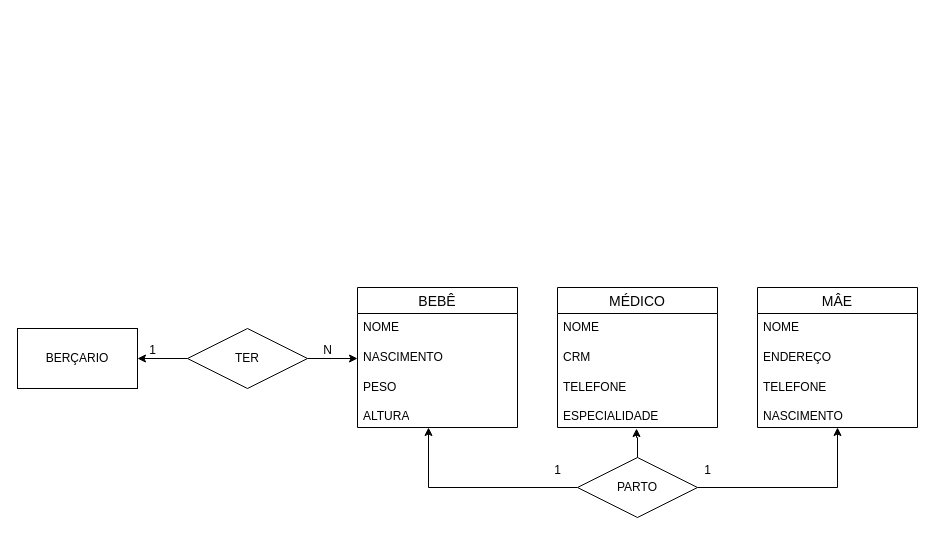
Before: Diagrama3.drawio in vitoria-ketily/Banco-De-Dados, a draw.io diagram. Source tidied: cells renumbered, new cells numbered last; positions are measured from the earlier drawing's top-left corner, leaving out a move shared by most shapes. Both pictures are drawn from the tidied source at 100%, with x=0, y=0 at pixel (17, 287).
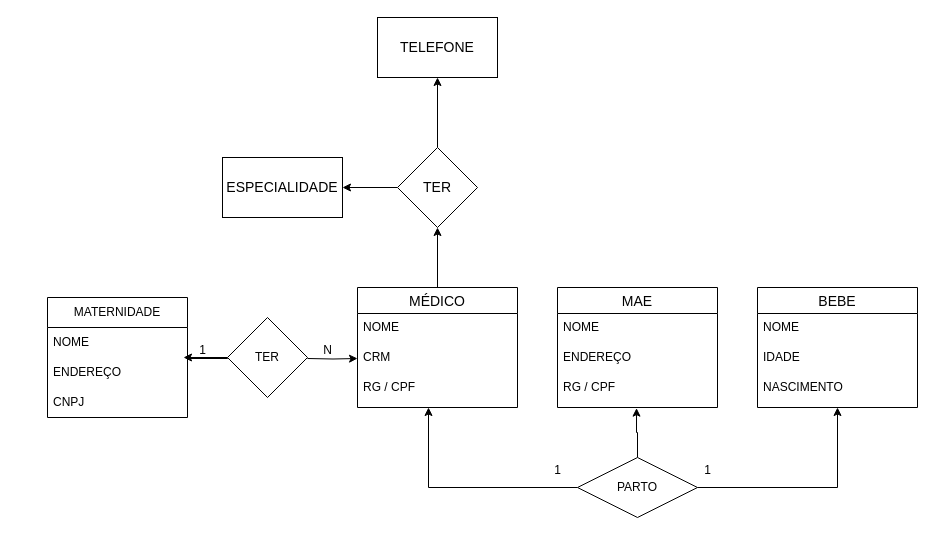
After the change.

Diff of the diagram source:
```diff
@@
-    <mxCell id="2" value="BERÇARIO" style="rounded=0;whiteSpace=wrap;html=1;" parent="1" vertex="1">
-      <mxGeometry y="41" width="120" height="60" as="geometry" />
-    </mxCell>
-    <mxCell id="3" value="MÉDICO" style="swimlane;fontStyle=0;horizontal=1;startSize=26;align=center;fontSize=14;" parent="1" vertex="1">
-      <mxGeometry x="540" width="160" height="140" as="geometry" />
+    <mxCell id="3" value="MAE" style="swimlane;fontStyle=0;horizontal=1;startSize=26;align=center;fontSize=14;" parent="1" vertex="1">
+      <mxGeometry x="540" width="160" height="120" as="geometry" />
     </mxCell>
@@
-    <mxCell id="5" value="CRM" style="text;strokeColor=none;fillColor=none;spacingLeft=4;spacingRight=4;overflow=hidden;fontSize=12;whiteSpace=wrap;html=1;" parent="3" vertex="1">
+    <mxCell id="5" value="ENDEREÇO" style="text;strokeColor=none;fillColor=none;spacingLeft=4;spacingRight=4;overflow=hidden;fontSize=12;whiteSpace=wrap;html=1;" parent="3" vertex="1">
       <mxGeometry y="56" width="160" height="30" as="geometry" />
     </mxCell>
-    <mxCell id="6" value="&lt;div&gt;TELEFONE&lt;/div&gt;&lt;div&gt;&lt;br&gt;&lt;/div&gt;&lt;div&gt;ESPECIALIDADE&lt;br&gt;&lt;/div&gt;" style="text;strokeColor=none;fillColor=none;spacingLeft=4;spacingRight=4;overflow=hidden;points=[[0,0.5],[1,0.5]];portConstraint=eastwest;fontSize=12;whiteSpace=wrap;html=1;" parent="3" vertex="1">
-      <mxGeometry y="86" width="160" height="54" as="geometry" />
+    <mxCell id="6" value="&lt;div&gt;RG / CPF&lt;/div&gt;&lt;div&gt;&lt;br&gt;&lt;/div&gt;" style="text;strokeColor=none;fillColor=none;spacingLeft=4;spacingRight=4;overflow=hidden;points=[[0,0.5],[1,0.5]];portConstraint=eastwest;fontSize=12;whiteSpace=wrap;html=1;" parent="3" vertex="1">
+      <mxGeometry y="86" width="160" height="34" as="geometry" />
     </mxCell>
-    <mxCell id="7" value="MÂE" style="swimlane;fontStyle=0;horizontal=1;startSize=26;align=center;fontSize=14;" parent="1" vertex="1">
-      <mxGeometry x="740" width="160" height="140" as="geometry" />
+    <mxCell id="7" value="BEBE" style="swimlane;fontStyle=0;horizontal=1;startSize=26;align=center;fontSize=14;" parent="1" vertex="1">
+      <mxGeometry x="740" width="160" height="120" as="geometry" />
     </mxCell>
@@
-    <mxCell id="9" value="ENDEREÇO" style="text;strokeColor=none;fillColor=none;spacingLeft=4;spacingRight=4;overflow=hidden;fontSize=12;whiteSpace=wrap;html=1;" parent="7" vertex="1">
+    <mxCell id="9" value="IDADE" style="text;strokeColor=none;fillColor=none;spacingLeft=4;spacingRight=4;overflow=hidden;fontSize=12;whiteSpace=wrap;html=1;" parent="7" vertex="1">
       <mxGeometry y="56" width="160" height="30" as="geometry" />
     </mxCell>
-    <mxCell id="10" value="&lt;div&gt;TELEFONE&lt;/div&gt;&lt;div&gt;&lt;br&gt;&lt;/div&gt;&lt;div&gt;NASCIMENTO&lt;br&gt;&lt;/div&gt;" style="text;strokeColor=none;fillColor=none;spacingLeft=4;spacingRight=4;overflow=hidden;fontSize=12;whiteSpace=wrap;html=1;" parent="7" vertex="1">
-      <mxGeometry y="86" width="160" height="54" as="geometry" />
+    <mxCell id="10" value="NASCIMENTO" style="text;strokeColor=none;fillColor=none;spacingLeft=4;spacingRight=4;overflow=hidden;fontSize=12;whiteSpace=wrap;html=1;" parent="7" vertex="1">
+      <mxGeometry y="86" width="160" height="34" as="geometry" />
     </mxCell>
+    <mxCell id="26" style="edgeStyle=orthogonalEdgeStyle;rounded=0;jettySize=auto;html=1;" parent="1" edge="1" source="11" target="34">
+      <mxGeometry relative="1" as="geometry" />
+    </mxCell>
-    <mxCell id="11" value="BEBÊ" style="swimlane;fontStyle=0;horizontal=1;startSize=26;align=center;fontSize=14;" parent="1" vertex="1">
-      <mxGeometry x="340" width="160" height="140" as="geometry" />
+    <mxCell id="11" value="MÉDICO" style="swimlane;fontStyle=0;horizontal=1;startSize=26;align=center;fontSize=14;" parent="1" vertex="1">
+      <mxGeometry x="340" width="160" height="120" as="geometry" />
     </mxCell>
@@
-    <mxCell id="13" value="NASCIMENTO" style="text;strokeColor=none;fillColor=none;spacingLeft=4;spacingRight=4;overflow=hidden;points=[[0,0.5],[1,0.5]];portConstraint=eastwest;fontSize=12;whiteSpace=wrap;html=1;" parent="11" vertex="1">
+    <mxCell id="13" value="CRM" style="text;strokeColor=none;fillColor=none;spacingLeft=4;spacingRight=4;overflow=hidden;points=[[0,0.5],[1,0.5]];portConstraint=eastwest;fontSize=12;whiteSpace=wrap;html=1;" parent="11" vertex="1">
       <mxGeometry y="56" width="160" height="30" as="geometry" />
     </mxCell>
-    <mxCell id="14" value="&lt;div&gt;PESO&lt;/div&gt;&lt;div&gt;&lt;br&gt;&lt;/div&gt;&lt;div&gt;ALTURA&lt;br&gt;&lt;/div&gt;" style="text;strokeColor=none;fillColor=none;spacingLeft=4;spacingRight=4;overflow=hidden;points=[[0,0.5],[1,0.5]];portConstraint=eastwest;fontSize=12;whiteSpace=wrap;html=1;" parent="11" vertex="1">
-      <mxGeometry y="86" width="160" height="54" as="geometry" />
+    <mxCell id="14" value="&lt;div&gt;RG / CPF&lt;/div&gt;&lt;div&gt;&lt;br&gt;&lt;/div&gt;&lt;div&gt;&lt;br&gt;&lt;/div&gt;" style="text;strokeColor=none;fillColor=none;spacingLeft=4;spacingRight=4;overflow=hidden;points=[[0,0.5],[1,0.5]];portConstraint=eastwest;fontSize=12;whiteSpace=wrap;html=1;" parent="11" vertex="1">
+      <mxGeometry y="86" width="160" height="34" as="geometry" />
     </mxCell>
@@
-    <mxCell id="19" style="edgeStyle=orthogonalEdgeStyle;rounded=0;jettySize=auto;html=1;entryX=0;entryY=0.5;entryDx=0;entryDy=0;" parent="1" edge="1" source="21" target="13">
-      <mxGeometry relative="1" as="geometry" />
+    <mxCell id="19" style="edgeStyle=orthogonalEdgeStyle;rounded=0;jettySize=auto;html=1;entryX=0;entryY=0.5;entryDx=0;entryDy=0;" parent="1" edge="1" target="13">
+      <mxGeometry relative="1" as="geometry">
+        <mxPoint x="290" y="71" as="sourcePoint" />
+      </mxGeometry>
     </mxCell>
-    <mxCell id="20" style="edgeStyle=orthogonalEdgeStyle;rounded=0;jettySize=auto;html=1;" parent="1" edge="1" source="21" target="2">
-      <mxGeometry relative="1" as="geometry" />
+    <mxCell id="20" style="edgeStyle=orthogonalEdgeStyle;rounded=0;jettySize=auto;html=1;entryX=-0.133;entryY=0.733;entryDx=0;entryDy=0;entryPerimeter=0;" parent="1" edge="1" target="22">
+      <mxGeometry relative="1" as="geometry">
+        <mxPoint x="170" y="71" as="sourcePoint" />
+        <Array as="points">
+          <mxPoint x="210" y="71" />
+        </Array>
+      </mxGeometry>
     </mxCell>
-    <mxCell id="21" value="TER" style="shape=rhombus;perimeter=rhombusPerimeter;whiteSpace=wrap;html=1;align=center;" parent="1" vertex="1">
-      <mxGeometry x="170" y="41" width="120" height="60" as="geometry" />
-    </mxCell>
     <mxCell id="22" value="1" style="text;html=1;align=center;verticalAlign=middle;points=[];strokeColor=none;fillColor=none;" parent="1" vertex="1">
-      <mxGeometry x="120" y="48" width="30" height="30" as="geometry" />
+      <mxGeometry x="170" y="48" width="30" height="30" as="geometry" />
     </mxCell>
@@
+    <mxCell id="27" value="MATERNIDADE" style="swimlane;fontStyle=0;horizontal=1;startSize=30;whiteSpace=wrap;html=1;" parent="1" vertex="1">
+      <mxGeometry x="30" y="10" width="140" height="120" as="geometry" />
+    </mxCell>
+    <mxCell id="28" value="NOME" style="text;strokeColor=none;fillColor=none;align=left;verticalAlign=middle;spacingLeft=4;spacingRight=4;overflow=hidden;whiteSpace=wrap;html=1;" parent="27" vertex="1">
+      <mxGeometry y="30" width="140" height="30" as="geometry" />
+    </mxCell>
+    <mxCell id="29" value="ENDEREÇO" style="text;strokeColor=none;fillColor=none;align=left;verticalAlign=middle;spacingLeft=4;spacingRight=4;overflow=hidden;whiteSpace=wrap;html=1;" parent="27" vertex="1">
+      <mxGeometry y="60" width="140" height="30" as="geometry" />
+    </mxCell>
+    <mxCell id="30" value="CNPJ" style="text;strokeColor=none;fillColor=none;align=left;verticalAlign=middle;spacingLeft=4;spacingRight=4;overflow=hidden;whiteSpace=wrap;html=1;" parent="27" vertex="1">
+      <mxGeometry y="90" width="140" height="30" as="geometry" />
+    </mxCell>
+    <mxCell id="31" value="TER" style="rhombus;whiteSpace=wrap;html=1;" parent="1" vertex="1">
+      <mxGeometry x="210" y="30" width="80" height="80" as="geometry" />
+    </mxCell>
+    <mxCell id="32" style="edgeStyle=orthogonalEdgeStyle;rounded=0;jettySize=auto;html=1;" parent="1" edge="1" source="34" target="35">
+      <mxGeometry relative="1" as="geometry" />
+    </mxCell>
+    <mxCell id="33" style="edgeStyle=orthogonalEdgeStyle;rounded=0;jettySize=auto;html=1;" parent="1" edge="1" source="34" target="36">
+      <mxGeometry relative="1" as="geometry" />
+    </mxCell>
+    <mxCell id="34" value="TER" style="rhombus;whiteSpace=wrap;html=1;fontSize=14;fontStyle=0;startSize=26;" parent="1" vertex="1">
+      <mxGeometry x="380" y="-140" width="80" height="80" as="geometry" />
+    </mxCell>
+    <mxCell id="35" value="ESPECIALIDADE" style="whiteSpace=wrap;html=1;fontSize=14;fontStyle=0;startSize=26;" parent="1" vertex="1">
+      <mxGeometry x="205" y="-130" width="120" height="60" as="geometry" />
+    </mxCell>
+    <mxCell id="36" value="TELEFONE" style="whiteSpace=wrap;html=1;fontSize=14;fontStyle=0;startSize=26;" parent="1" vertex="1">
+      <mxGeometry x="360" y="-270" width="120" height="60" as="geometry" />
+    </mxCell>
```
